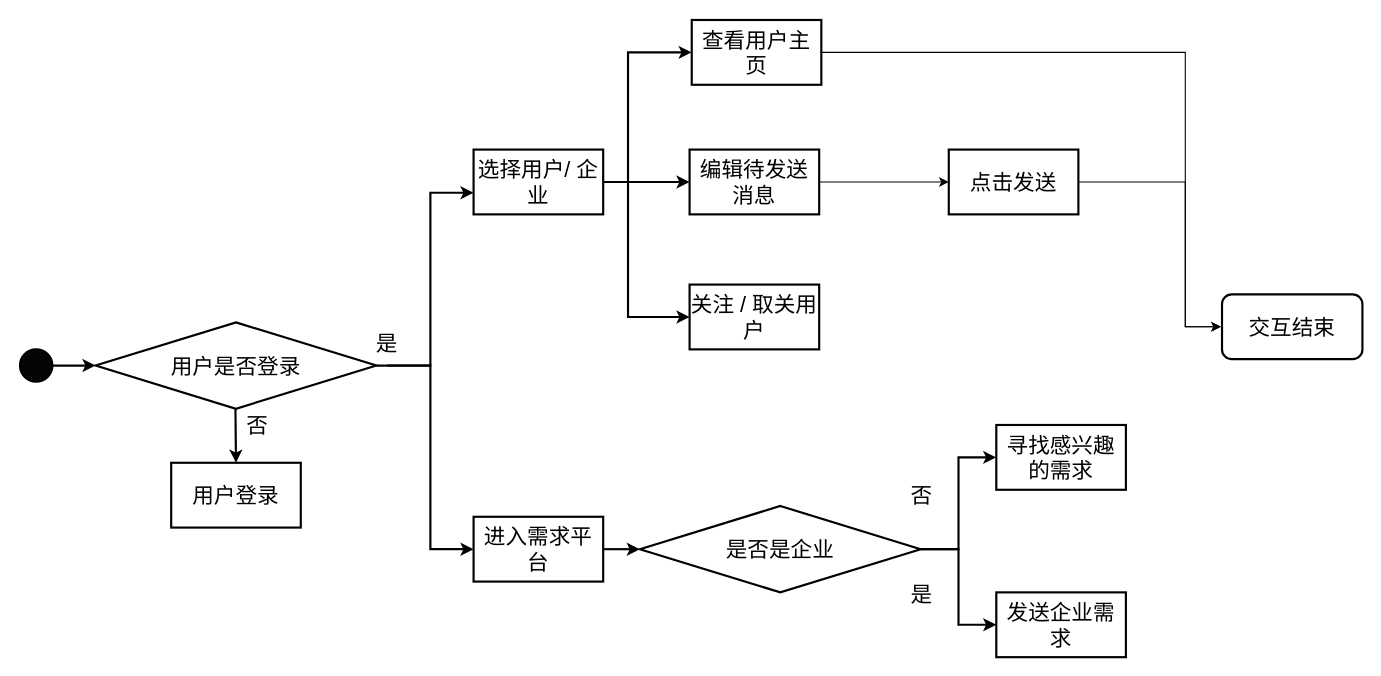
Earlier version of the draw.io diagram 2024-BUAA-SE/需求规格书/未命名绘图.drawio (jongsh/drawio). Source tidied: cells renumbered, new cells numbered last; positions are measured from the earlier drawing's top-left corner, leaving out a move shared by most shapes. Both pictures are drawn from the tidied source at 108%, with x=0, y=0 at pixel (19, 19).
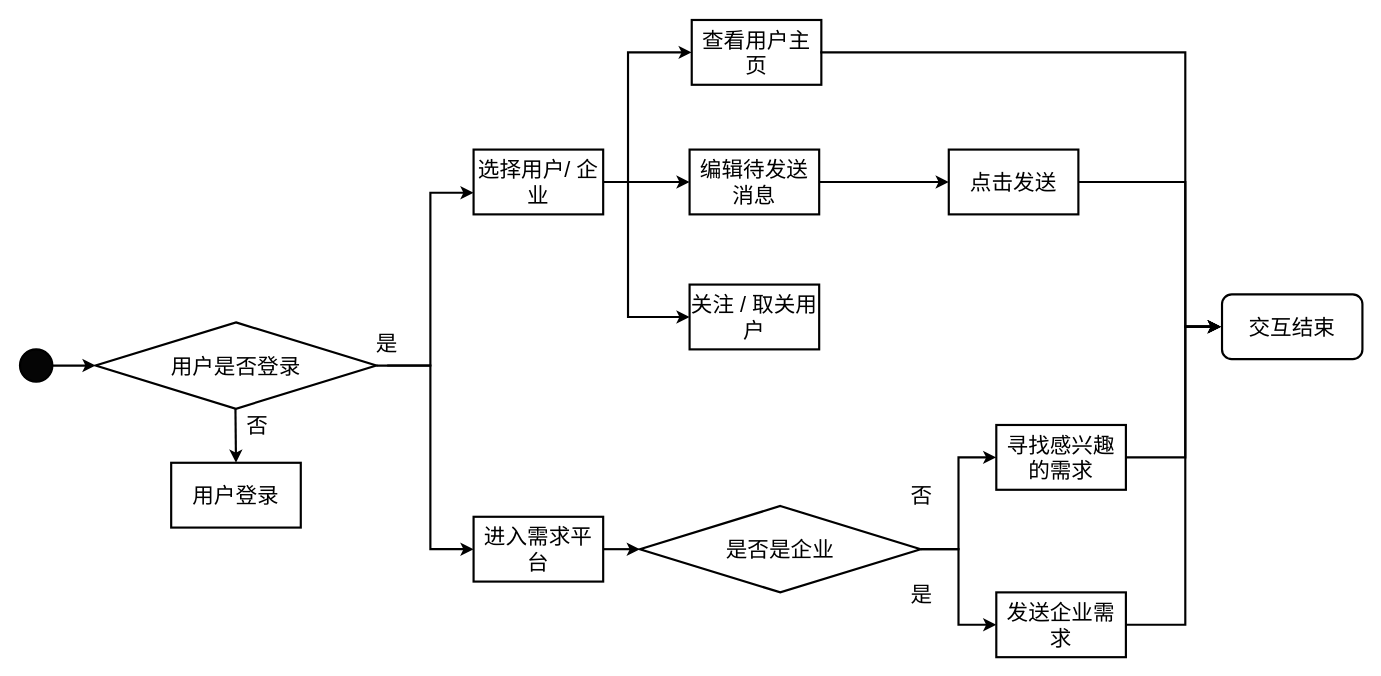
Above is the later version.

Commit message:
完成用户交互模块流程图.drawio

Unchanged cells that the change refers to:
```xml
<mxCell id="23" value="&lt;font style=&quot;font-size: 20px;&quot;&gt;编辑待发送消息&lt;/font&gt;" style="rounded=0;whiteSpace=wrap;html=1;strokeWidth=2;" parent="22" vertex="1">
  <mxGeometry width="120" height="60" as="geometry" />
</mxCell>
<mxCell id="30" value="&lt;font style=&quot;font-size: 20px;&quot;&gt;点击发送&lt;/font&gt;" style="rounded=0;whiteSpace=wrap;html=1;strokeWidth=2;" parent="1" vertex="1">
  <mxGeometry x="860" y="120" width="120" height="60" as="geometry" />
</mxCell>
```

Diff of the diagram source:
```diff
@@
+    <mxCell id="40" style="edgeStyle=orthogonalEdgeStyle;rounded=0;orthogonalLoop=1;jettySize=auto;html=1;exitX=1;exitY=0.5;exitDx=0;exitDy=0;entryX=0;entryY=0.5;entryDx=0;entryDy=0;strokeWidth=2;" parent="1" edge="1">
+      <mxGeometry relative="1" as="geometry">
+        <mxPoint x="1023" y="405" as="sourcePoint" />
+        <mxPoint x="1112" y="284" as="targetPoint" />
+        <Array as="points">
+          <mxPoint x="1079" y="405" />
+          <mxPoint x="1079" y="284" />
+        </Array>
+      </mxGeometry>
+    </mxCell>
@@
+    <mxCell id="41" style="edgeStyle=orthogonalEdgeStyle;rounded=0;orthogonalLoop=1;jettySize=auto;html=1;exitX=1;exitY=0.5;exitDx=0;exitDy=0;entryX=0;entryY=0.5;entryDx=0;entryDy=0;strokeWidth=2;" parent="1" edge="1">
+      <mxGeometry relative="1" as="geometry">
+        <mxPoint x="1023" y="560" as="sourcePoint" />
+        <mxPoint x="1112" y="284" as="targetPoint" />
+        <Array as="points">
+          <mxPoint x="1079" y="560" />
+          <mxPoint x="1079" y="284" />
+        </Array>
+      </mxGeometry>
+    </mxCell>
@@
-    <mxCell id="29" style="edgeStyle=orthogonalEdgeStyle;rounded=0;jettySize=auto;html=1;exitX=1;exitY=0.5;exitDx=0;exitDy=0;entryX=0;entryY=0.5;entryDx=0;entryDy=0;" parent="1" edge="1" source="30">
+    <mxCell id="29" style="edgeStyle=orthogonalEdgeStyle;rounded=0;jettySize=auto;html=1;exitX=1;exitY=0.5;exitDx=0;exitDy=0;entryX=0;entryY=0.5;entryDx=0;entryDy=0;strokeWidth=2;" parent="1" edge="1" source="30">
       <mxGeometry relative="1" as="geometry">
         <mxPoint x="1112" y="284" as="targetPoint" />
         <Array as="points">
           <mxPoint x="1079" y="150" />
           <mxPoint x="1079" y="284" />
         </Array>
       </mxGeometry>
     </mxCell>
@@
-    <mxCell id="38" style="edgeStyle=orthogonalEdgeStyle;rounded=0;jettySize=auto;html=1;exitX=1;exitY=0.5;exitDx=0;exitDy=0;entryX=0;entryY=0.5;entryDx=0;entryDy=0;" parent="1" edge="1" source="23" target="30">
+    <mxCell id="38" style="edgeStyle=orthogonalEdgeStyle;rounded=0;jettySize=auto;html=1;exitX=1;exitY=0.5;exitDx=0;exitDy=0;entryX=0;entryY=0.5;entryDx=0;entryDy=0;strokeWidth=2;" parent="1" edge="1" source="23" target="30">
       <mxGeometry relative="1" as="geometry" />
     </mxCell>
-    <mxCell id="39" style="edgeStyle=orthogonalEdgeStyle;rounded=0;orthogonalLoop=1;jettySize=auto;html=1;exitX=1;exitY=0.5;exitDx=0;exitDy=0;entryX=0;entryY=0.5;entryDx=0;entryDy=0;" parent="1" edge="1">
+    <mxCell id="39" style="edgeStyle=orthogonalEdgeStyle;rounded=0;orthogonalLoop=1;jettySize=auto;html=1;exitX=1;exitY=0.5;exitDx=0;exitDy=0;entryX=0;entryY=0.5;entryDx=0;entryDy=0;strokeWidth=2;" parent="1" edge="1">
       <mxGeometry relative="1" as="geometry">
         <mxPoint x="741" y="30" as="sourcePoint" />
         <mxPoint x="1112" y="284" as="targetPoint" />
         <Array as="points">
           <mxPoint x="1079" y="30" />
           <mxPoint x="1079" y="284" />
         </Array>
       </mxGeometry>
     </mxCell>
```
